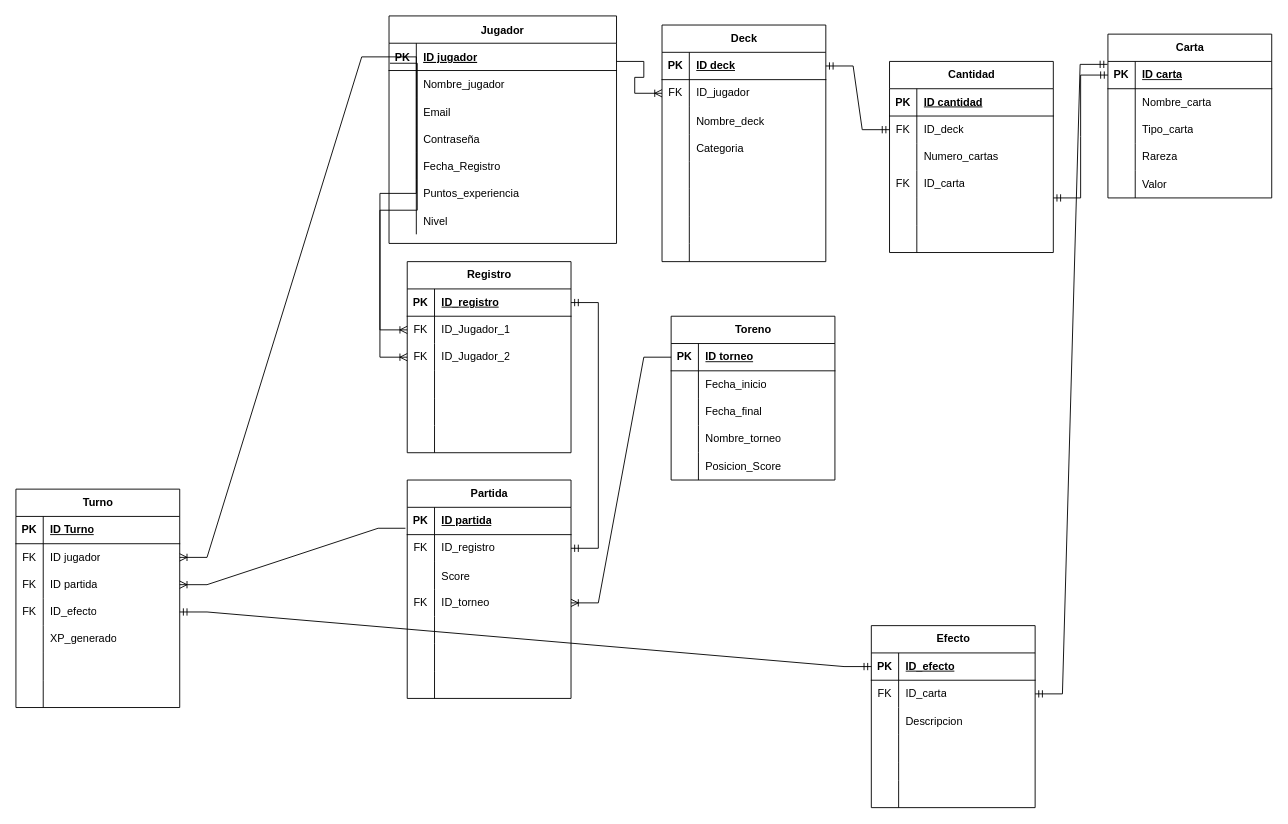
leaguirre3/A1749322_-TC2005B keeps this draw.io diagram as Base de Datos/Pokemon_TCG_1.drawio. Above is the earlier version. Source tidied: cells renumbered, new cells numbered last; positions are measured from the earlier drawing's top-left corner, leaving out a move shared by most shapes. Both pictures are drawn from the tidied source at 91%, with x=0, y=0 at pixel (15, 15).
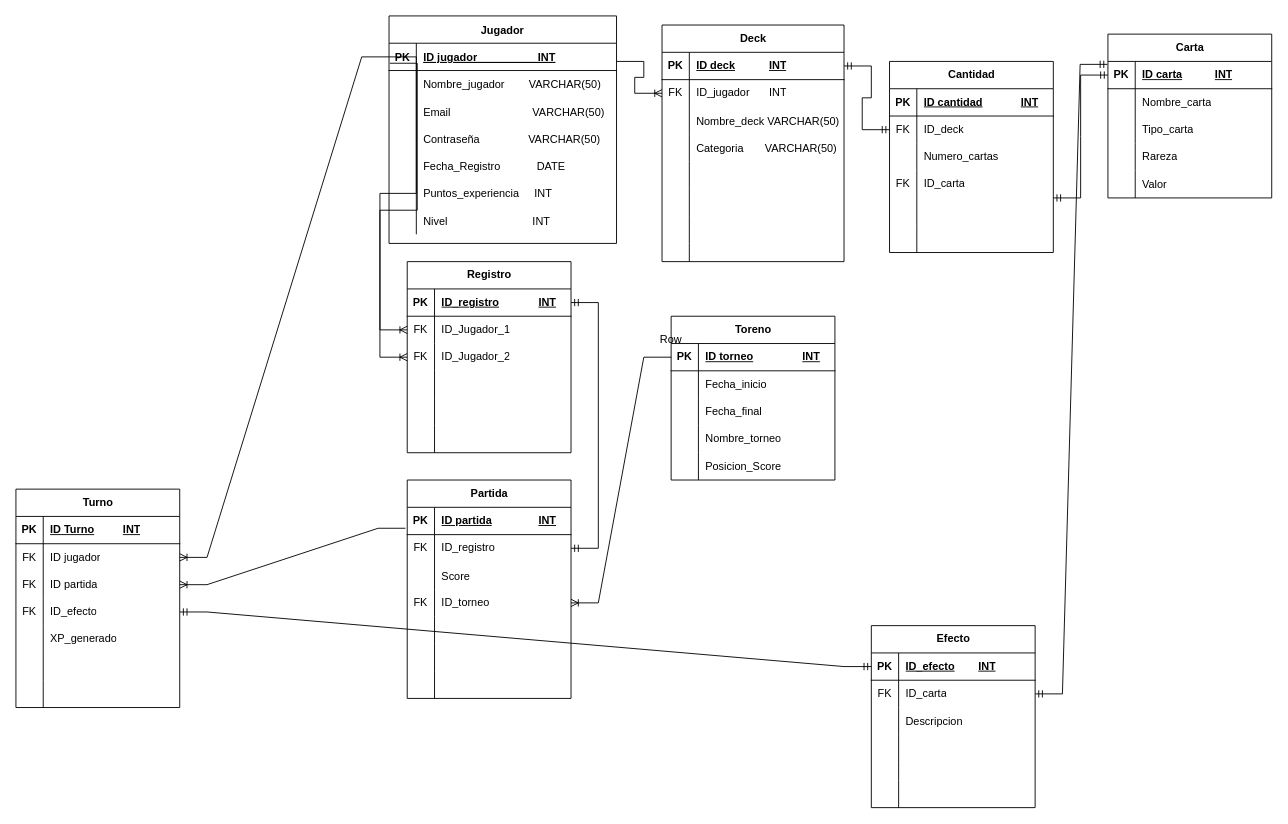
After the change.

The change refers to these unchanged cells:
```xml
<mxCell id="3" style="shape=partialRectangle;fillColor=none;points=[[0,0.5],[1,0.5]];portConstraint=eastwest;top=0;left=0;right=0;bottom=1;" parent="2" vertex="1">
  <mxGeometry y="30" width="250" height="30" as="geometry" />
</mxCell>
<mxCell id="6" style="shape=partialRectangle;fillColor=none;top=0;left=0;right=0;bottom=0;" parent="2" vertex="1">
  <mxGeometry y="60" width="250" height="30" as="geometry" />
</mxCell>
<mxCell id="9" style="shape=tableRow;horizontal=0;startSize=0;swimlaneHead=0;swimlaneBody=0;fillColor=none;top=0;left=0;right=0;bottom=0;" parent="2" vertex="1">
  <mxGeometry y="90" width="250" height="30" as="geometry" />
</mxCell>
<mxCell id="12" style="shape=tableRow;horizontal=0;startSize=0;swimlaneHead=0;swimlaneBody=0;fillColor=none;top=0;left=0;right=0;bottom=0;" parent="2" vertex="1">
  <mxGeometry y="120" width="250" height="30" as="geometry" />
</mxCell>
<mxCell id="15" style="shape=tableRow;horizontal=0;startSize=0;swimlaneHead=0;swimlaneBody=0;fillColor=none;top=0;left=0;right=0;bottom=0;" parent="2" vertex="1">
  <mxGeometry y="150" width="250" height="30" as="geometry" />
</mxCell>
<mxCell id="18" style="shape=tableRow;horizontal=0;startSize=0;swimlaneHead=0;swimlaneBody=0;fillColor=none;top=0;left=0;right=0;bottom=0;" parent="2" vertex="1">
  <mxGeometry y="180" width="250" height="30" as="geometry" />
</mxCell>
<mxCell id="21" style="shape=tableRow;horizontal=0;startSize=0;swimlaneHead=0;swimlaneBody=0;fillColor=none;top=0;left=0;right=0;bottom=0;" parent="2" vertex="1">
  <mxGeometry y="210" width="250" height="30" as="geometry" />
</mxCell>
<mxCell id="25" style="shape=tableRow;horizontal=0;startSize=0;swimlaneHead=0;swimlaneBody=0;fillColor=none;points=[[0,0.5],[1,0.5]];portConstraint=eastwest;top=0;left=0;right=0;bottom=1;" parent="24" vertex="1">
  <mxGeometry y="30" width="180" height="30" as="geometry" />
</mxCell>
<mxCell id="66" style="shape=tableRow;horizontal=0;startSize=0;swimlaneHead=0;swimlaneBody=0;fillColor=none;points=[[0,0.5],[1,0.5]];portConstraint=eastwest;top=0;left=0;right=0;bottom=1;" parent="65" vertex="1">
  <mxGeometry y="30" width="180" height="30" as="geometry" />
</mxCell>
<mxCell id="88" style="shape=tableRow;horizontal=0;startSize=0;swimlaneHead=0;swimlaneBody=0;fillColor=none;points=[[0,0.5],[1,0.5]];portConstraint=eastwest;top=0;left=0;right=0;bottom=1;" parent="87" vertex="1">
  <mxGeometry y="30" width="180" height="30" as="geometry" />
</mxCell>
<mxCell id="105" style="shape=tableRow;horizontal=0;startSize=0;swimlaneHead=0;swimlaneBody=0;fillColor=none;top=0;left=0;right=0;bottom=1;" parent="104" vertex="1">
  <mxGeometry y="30" width="180" height="30" as="geometry" />
</mxCell>
<mxCell id="126" style="shape=tableRow;horizontal=0;startSize=0;swimlaneHead=0;swimlaneBody=0;fillColor=none;points=[[0,0.5],[1,0.5]];portConstraint=eastwest;top=0;left=0;right=0;bottom=1;" parent="125" vertex="1">
  <mxGeometry y="30" width="180" height="30" as="geometry" />
</mxCell>
<mxCell id="149" style="shape=tableRow;horizontal=0;startSize=0;swimlaneHead=0;swimlaneBody=0;fillColor=none;top=0;left=0;right=0;bottom=1;" parent="148" vertex="1">
  <mxGeometry y="30" width="180" height="30" as="geometry" />
</mxCell>
<mxCell id="174" style="shape=tableRow;horizontal=0;startSize=0;swimlaneHead=0;swimlaneBody=0;fillColor=none;points=[[0,0.5],[1,0.5]];portConstraint=eastwest;top=0;left=0;right=0;bottom=1;" parent="173" vertex="1">
  <mxGeometry y="30" width="180" height="30" as="geometry" />
</mxCell>
```

Diff of the diagram source:
```diff
@@
-    <mxCell id="5" value="ID jugador" style="shape=partialRectangle;overflow=hidden;fillColor=none;top=0;left=0;bottom=0;right=0;align=left;spacingLeft=6;fontStyle=5;" parent="3" vertex="1">
+    <mxCell id="5" value="ID jugador                    INT" style="shape=partialRectangle;overflow=hidden;fillColor=none;top=0;left=0;bottom=0;right=0;align=left;spacingLeft=6;fontStyle=5;" parent="3" vertex="1">
       <mxGeometry x="30" width="220" height="30" as="geometry" />
     </mxCell>
@@
-    <mxCell id="8" value="Nombre_jugador" style="shape=partialRectangle;overflow=hidden;fillColor=none;top=0;left=0;bottom=0;right=0;align=left;spacingLeft=6;" parent="6" vertex="1">
+    <mxCell id="8" value="Nombre_jugador        VARCHAR(50)" style="shape=partialRectangle;overflow=hidden;fillColor=none;top=0;left=0;bottom=0;right=0;align=left;spacingLeft=6;" parent="6" vertex="1">
       <mxGeometry x="30" width="220" height="30" as="geometry" />
     </mxCell>
@@
-    <mxCell id="11" value="Email" style="shape=partialRectangle;fillColor=none;top=0;left=0;bottom=0;right=0;align=left;spacingLeft=6;overflow=hidden;" parent="9" vertex="1">
+    <mxCell id="11" value="Email                           VARCHAR(50)" style="shape=partialRectangle;fillColor=none;top=0;left=0;bottom=0;right=0;align=left;spacingLeft=6;overflow=hidden;" parent="9" vertex="1">
       <mxGeometry x="30" width="220" height="30" as="geometry" />
     </mxCell>
@@
-    <mxCell id="14" value="Contraseña" style="shape=partialRectangle;fillColor=none;top=0;left=0;bottom=0;right=0;align=left;spacingLeft=6;overflow=hidden;" parent="12" vertex="1">
+    <mxCell id="14" value="Contraseña                VARCHAR(50)" style="shape=partialRectangle;fillColor=none;top=0;left=0;bottom=0;right=0;align=left;spacingLeft=6;overflow=hidden;" parent="12" vertex="1">
       <mxGeometry x="30" width="220" height="30" as="geometry" />
     </mxCell>
@@
-    <mxCell id="17" value="Fecha_Registro" style="shape=partialRectangle;fillColor=none;top=0;left=0;bottom=0;right=0;align=left;spacingLeft=6;overflow=hidden;" parent="15" vertex="1">
+    <mxCell id="17" value="Fecha_Registro            DATE" style="shape=partialRectangle;fillColor=none;top=0;left=0;bottom=0;right=0;align=left;spacingLeft=6;overflow=hidden;" parent="15" vertex="1">
       <mxGeometry x="30" width="220" height="30" as="geometry" />
     </mxCell>
@@
-    <mxCell id="20" value="Puntos_experiencia" style="shape=partialRectangle;fillColor=none;top=0;left=0;bottom=0;right=0;align=left;spacingLeft=6;overflow=hidden;" parent="18" vertex="1">
+    <mxCell id="20" value="Puntos_experiencia     INT" style="shape=partialRectangle;fillColor=none;top=0;left=0;bottom=0;right=0;align=left;spacingLeft=6;overflow=hidden;" parent="18" vertex="1">
       <mxGeometry x="30" width="220" height="30" as="geometry" />
     </mxCell>
@@
-    <mxCell id="23" value="Nivel" style="shape=partialRectangle;fillColor=none;top=0;left=0;bottom=0;right=0;align=left;spacingLeft=6;overflow=hidden;" parent="21" vertex="1">
+    <mxCell id="23" value="Nivel                            INT" style="shape=partialRectangle;fillColor=none;top=0;left=0;bottom=0;right=0;align=left;spacingLeft=6;overflow=hidden;" parent="21" vertex="1">
       <mxGeometry x="30" width="220" height="30" as="geometry" />
     </mxCell>
@@
-    <mxCell id="27" value="ID carta" style="shape=partialRectangle;fillColor=none;top=0;left=0;bottom=0;right=0;align=left;spacingLeft=6;fontStyle=5;overflow=hidden;whiteSpace=wrap;html=1;" parent="25" vertex="1">
+    <mxCell id="27" value="ID carta&lt;span style=&quot;white-space: pre;&quot;&gt;&#9;&lt;/span&gt;&lt;span style=&quot;white-space: pre;&quot;&gt;&#9;&lt;/span&gt;INT" style="shape=partialRectangle;fillColor=none;top=0;left=0;bottom=0;right=0;align=left;spacingLeft=6;fontStyle=5;overflow=hidden;whiteSpace=wrap;html=1;" parent="25" vertex="1">
       <mxGeometry x="30" width="150" height="30" as="geometry" />
     </mxCell>
@@
     <mxCell id="40" value="Deck" style="shape=table;startSize=30;childLayout=tableLayout;rowLines=0;fontStyle=1;align=center;html=1;" parent="1" vertex="1">
-      <mxGeometry x="710" y="10" width="180" height="260" as="geometry" />
+      <mxGeometry x="710" y="10" width="200" height="260" as="geometry" />
     </mxCell>
     <mxCell id="41" style="shape=tableRow;horizontal=0;startSize=0;swimlaneHead=0;swimlaneBody=0;fillColor=none;points=[[0,0.5],[1,0.5]];portConstraint=eastwest;top=0;left=0;right=0;bottom=1;" parent="40" vertex="1">
-      <mxGeometry y="30" width="180" height="30" as="geometry" />
+      <mxGeometry y="30" width="200" height="30" as="geometry" />
     </mxCell>
@@
-    <mxCell id="43" value="ID deck" style="shape=partialRectangle;fillColor=none;top=0;left=0;bottom=0;right=0;align=left;spacingLeft=6;fontStyle=5;overflow=hidden;whiteSpace=wrap;html=1;" parent="41" vertex="1">
-      <mxGeometry x="30" width="150" height="30" as="geometry" />
+    <mxCell id="43" value="ID deck&lt;span style=&quot;white-space: pre;&quot;&gt;&#9;&lt;/span&gt;&lt;span style=&quot;white-space: pre;&quot;&gt;&#9;&lt;/span&gt;INT" style="shape=partialRectangle;fillColor=none;top=0;left=0;bottom=0;right=0;align=left;spacingLeft=6;fontStyle=5;overflow=hidden;whiteSpace=wrap;html=1;" parent="41" vertex="1">
+      <mxGeometry x="30" width="170" height="30" as="geometry" />
     </mxCell>
     <mxCell id="44" style="shape=tableRow;horizontal=0;startSize=0;swimlaneHead=0;swimlaneBody=0;fillColor=none;points=[[0,0.5],[1,0.5]];portConstraint=eastwest;top=0;left=0;right=0;bottom=0;" parent="40" vertex="1">
-      <mxGeometry y="60" width="180" height="30" as="geometry" />
+      <mxGeometry y="60" width="200" height="30" as="geometry" />
     </mxCell>
@@
-    <mxCell id="46" value="ID_jugador" style="shape=partialRectangle;fillColor=none;top=0;left=0;bottom=0;right=0;align=left;spacingLeft=6;fontStyle=0;overflow=hidden;whiteSpace=wrap;html=1;" parent="44" vertex="1">
-      <mxGeometry x="30" width="150" height="30" as="geometry" />
+    <mxCell id="46" value="ID_jugador&lt;span style=&quot;white-space: pre;&quot;&gt;&#9;&lt;/span&gt;INT" style="shape=partialRectangle;fillColor=none;top=0;left=0;bottom=0;right=0;align=left;spacingLeft=6;fontStyle=0;overflow=hidden;whiteSpace=wrap;html=1;" parent="44" vertex="1">
+      <mxGeometry x="30" width="170" height="30" as="geometry" />
     </mxCell>
     <mxCell id="47" style="shape=tableRow;horizontal=0;startSize=0;swimlaneHead=0;swimlaneBody=0;fillColor=none;top=0;left=0;right=0;bottom=0;" parent="40" vertex="1">
-      <mxGeometry y="90" width="180" height="30" as="geometry" />
+      <mxGeometry y="90" width="200" height="30" as="geometry" />
     </mxCell>
@@
-    <mxCell id="49" value="Nombre_deck" style="shape=partialRectangle;fillColor=none;top=0;left=0;bottom=0;right=0;align=left;spacingLeft=6;overflow=hidden;" parent="47" vertex="1">
-      <mxGeometry x="30" width="150" height="30" as="geometry" />
+    <mxCell id="49" value="Nombre_deck VARCHAR(50)" style="shape=partialRectangle;fillColor=none;top=0;left=0;bottom=0;right=0;align=left;spacingLeft=6;overflow=hidden;" parent="47" vertex="1">
+      <mxGeometry x="30" width="170" height="30" as="geometry" />
     </mxCell>
     <mxCell id="50" style="shape=tableRow;horizontal=0;startSize=0;swimlaneHead=0;swimlaneBody=0;fillColor=none;top=0;left=0;right=0;bottom=0;" parent="40" vertex="1">
-      <mxGeometry y="120" width="180" height="30" as="geometry" />
+      <mxGeometry y="120" width="200" height="30" as="geometry" />
     </mxCell>
@@
-    <mxCell id="52" value="Categoria" style="shape=partialRectangle;fillColor=none;top=0;left=0;bottom=0;right=0;align=left;spacingLeft=6;overflow=hidden;" parent="50" vertex="1">
-      <mxGeometry x="30" width="150" height="30" as="geometry" />
+    <mxCell id="52" value="Categoria       VARCHAR(50)" style="shape=partialRectangle;fillColor=none;top=0;left=0;bottom=0;right=0;align=left;spacingLeft=6;overflow=hidden;" parent="50" vertex="1">
+      <mxGeometry x="30" width="170" height="30" as="geometry" />
     </mxCell>
     <mxCell id="53" style="shape=tableRow;horizontal=0;startSize=0;swimlaneHead=0;swimlaneBody=0;fillColor=none;top=0;left=0;right=0;bottom=0;" parent="40" vertex="1">
-      <mxGeometry y="150" width="180" height="30" as="geometry" />
+      <mxGeometry y="150" width="200" height="30" as="geometry" />
     </mxCell>
@@
     <mxCell id="55" style="shape=partialRectangle;fillColor=none;top=0;left=0;bottom=0;right=0;align=left;spacingLeft=6;overflow=hidden;" parent="53" vertex="1">
-      <mxGeometry x="30" width="150" height="30" as="geometry" />
+      <mxGeometry x="30" width="170" height="30" as="geometry" />
     </mxCell>
     <mxCell id="56" style="shape=tableRow;horizontal=0;startSize=0;swimlaneHead=0;swimlaneBody=0;fillColor=none;top=0;left=0;right=0;bottom=0;" parent="40" vertex="1">
-      <mxGeometry y="180" width="180" height="30" as="geometry" />
+      <mxGeometry y="180" width="200" height="30" as="geometry" />
     </mxCell>
@@
     <mxCell id="58" style="shape=partialRectangle;fillColor=none;top=0;left=0;bottom=0;right=0;align=left;spacingLeft=6;overflow=hidden;whiteSpace=wrap;html=1;" parent="56" vertex="1">
-      <mxGeometry x="30" width="150" height="30" as="geometry" />
+      <mxGeometry x="30" width="170" height="30" as="geometry" />
     </mxCell>
     <mxCell id="59" style="shape=tableRow;horizontal=0;startSize=0;swimlaneHead=0;swimlaneBody=0;fillColor=none;top=0;left=0;right=0;bottom=0;" parent="40" vertex="1">
-      <mxGeometry y="210" width="180" height="30" as="geometry" />
+      <mxGeometry y="210" width="200" height="30" as="geometry" />
     </mxCell>
@@
     <mxCell id="61" style="shape=partialRectangle;fillColor=none;top=0;left=0;bottom=0;right=0;align=left;spacingLeft=6;overflow=hidden;whiteSpace=wrap;html=1;" parent="59" vertex="1">
-      <mxGeometry x="30" width="150" height="30" as="geometry" />
+      <mxGeometry x="30" width="170" height="30" as="geometry" />
     </mxCell>
     <mxCell id="62" style="shape=tableRow;horizontal=0;startSize=0;swimlaneHead=0;swimlaneBody=0;fillColor=none;top=0;left=0;right=0;bottom=0;" parent="40" vertex="1">
-      <mxGeometry y="240" width="180" height="20" as="geometry" />
+      <mxGeometry y="240" width="200" height="20" as="geometry" />
     </mxCell>
@@
     <mxCell id="64" style="shape=partialRectangle;fillColor=none;top=0;left=0;bottom=0;right=0;align=left;spacingLeft=6;overflow=hidden;whiteSpace=wrap;html=1;" parent="62" vertex="1">
-      <mxGeometry x="30" width="150" height="20" as="geometry" />
+      <mxGeometry x="30" width="170" height="20" as="geometry" />
     </mxCell>
@@
-    <mxCell id="68" value="ID partida" style="shape=partialRectangle;fillColor=none;top=0;left=0;bottom=0;right=0;align=left;spacingLeft=6;fontStyle=5;overflow=hidden;whiteSpace=wrap;html=1;" parent="66" vertex="1">
+    <mxCell id="68" value="ID partida&lt;span style=&quot;white-space: pre;&quot;&gt;&#9;&lt;/span&gt;&lt;span style=&quot;white-space: pre;&quot;&gt;&#9;&lt;/span&gt;INT" style="shape=partialRectangle;fillColor=none;top=0;left=0;bottom=0;right=0;align=left;spacingLeft=6;fontStyle=5;overflow=hidden;whiteSpace=wrap;html=1;" parent="66" vertex="1">
       <mxGeometry x="30" width="150" height="30" as="geometry" />
     </mxCell>
@@
-    <mxCell id="90" value="ID torneo" style="shape=partialRectangle;fillColor=none;top=0;left=0;bottom=0;right=0;align=left;spacingLeft=6;fontStyle=5;overflow=hidden;whiteSpace=wrap;html=1;" parent="88" vertex="1">
+    <mxCell id="90" value="ID torneo&lt;span style=&quot;white-space: pre;&quot;&gt;&#9;&lt;/span&gt;&lt;span style=&quot;white-space: pre;&quot;&gt;&#9;&lt;/span&gt;INT" style="shape=partialRectangle;fillColor=none;top=0;left=0;bottom=0;right=0;align=left;spacingLeft=6;fontStyle=5;overflow=hidden;whiteSpace=wrap;html=1;" parent="88" vertex="1">
       <mxGeometry x="30" width="150" height="30" as="geometry" />
     </mxCell>
@@
-    <mxCell id="107" value="ID cantidad" style="shape=partialRectangle;fillColor=none;top=0;left=0;bottom=0;right=0;align=left;spacingLeft=6;fontStyle=5;overflow=hidden;whiteSpace=wrap;html=1;" parent="105" vertex="1">
+    <mxCell id="107" value="ID cantidad&lt;span style=&quot;white-space: pre;&quot;&gt;&#9;&lt;/span&gt;&lt;span style=&quot;white-space: pre;&quot;&gt;&#9;&lt;/span&gt;INT" style="shape=partialRectangle;fillColor=none;top=0;left=0;bottom=0;right=0;align=left;spacingLeft=6;fontStyle=5;overflow=hidden;whiteSpace=wrap;html=1;" parent="105" vertex="1">
       <mxGeometry x="30" width="150" height="30" as="geometry" />
     </mxCell>
@@
-    <mxCell id="128" value="ID_registro" style="shape=partialRectangle;fillColor=none;top=0;left=0;bottom=0;right=0;align=left;spacingLeft=6;fontStyle=5;overflow=hidden;whiteSpace=wrap;html=1;" parent="126" vertex="1">
+    <mxCell id="128" value="ID_registro&lt;span style=&quot;white-space: pre;&quot;&gt;&#9;&lt;/span&gt;&lt;span style=&quot;white-space: pre;&quot;&gt;&#9;&lt;/span&gt;INT" style="shape=partialRectangle;fillColor=none;top=0;left=0;bottom=0;right=0;align=left;spacingLeft=6;fontStyle=5;overflow=hidden;whiteSpace=wrap;html=1;" parent="126" vertex="1">
       <mxGeometry x="30" width="150" height="30" as="geometry" />
     </mxCell>
@@
-    <mxCell id="151" value="ID Turno" style="shape=partialRectangle;fillColor=none;top=0;left=0;bottom=0;right=0;align=left;spacingLeft=6;fontStyle=5;overflow=hidden;whiteSpace=wrap;html=1;" parent="149" vertex="1">
+    <mxCell id="151" value="ID Turno&lt;span style=&quot;white-space: pre;&quot;&gt;&#9;&lt;/span&gt;&lt;span style=&quot;white-space: pre;&quot;&gt;&#9;&lt;/span&gt;INT" style="shape=partialRectangle;fillColor=none;top=0;left=0;bottom=0;right=0;align=left;spacingLeft=6;fontStyle=5;overflow=hidden;whiteSpace=wrap;html=1;" parent="149" vertex="1">
       <mxGeometry x="30" width="150" height="30" as="geometry" />
     </mxCell>
@@
-    <mxCell id="176" value="ID_efecto" style="shape=partialRectangle;fillColor=none;top=0;left=0;bottom=0;right=0;align=left;spacingLeft=6;fontStyle=5;overflow=hidden;whiteSpace=wrap;html=1;" parent="174" vertex="1">
+    <mxCell id="176" value="ID_efecto&lt;span style=&quot;white-space: pre;&quot;&gt;&#9;&lt;/span&gt;INT" style="shape=partialRectangle;fillColor=none;top=0;left=0;bottom=0;right=0;align=left;spacingLeft=6;fontStyle=5;overflow=hidden;whiteSpace=wrap;html=1;" parent="174" vertex="1">
       <mxGeometry x="30" width="150" height="30" as="geometry" />
     </mxCell>
@@
+    <mxCell id="193" style="shape=table;startSize=0;childLayout=tableLayout;rowLines=0;fontStyle=0;align=center;strokeColor=none;fillColor=none;whiteSpace=wrap;html=1;" parent="1" vertex="1">
+      <mxGeometry x="670" y="340" width="180" height="30" as="geometry" />
+    </mxCell>
+    <mxCell id="194" style="shape=tableRow;horizontal=0;startSize=0;swimlaneHead=0;swimlaneBody=0;fillColor=none;top=0;left=0;right=0;bottom=0;" parent="193" vertex="1">
+      <mxGeometry width="180" height="30" as="geometry" />
+    </mxCell>
+    <mxCell id="195" style="shape=partialRectangle;fillColor=none;top=0;left=0;bottom=0;right=0;overflow=hidden;" parent="194" vertex="1">
+      <mxGeometry width="30" height="30" as="geometry" />
+    </mxCell>
+    <mxCell id="196" value="Row" style="shape=partialRectangle;fillColor=none;top=0;left=0;bottom=0;right=0;align=left;spacingLeft=6;overflow=hidden;" parent="194" vertex="1">
+      <mxGeometry x="30" width="150" height="30" as="geometry" />
+    </mxCell>
```
